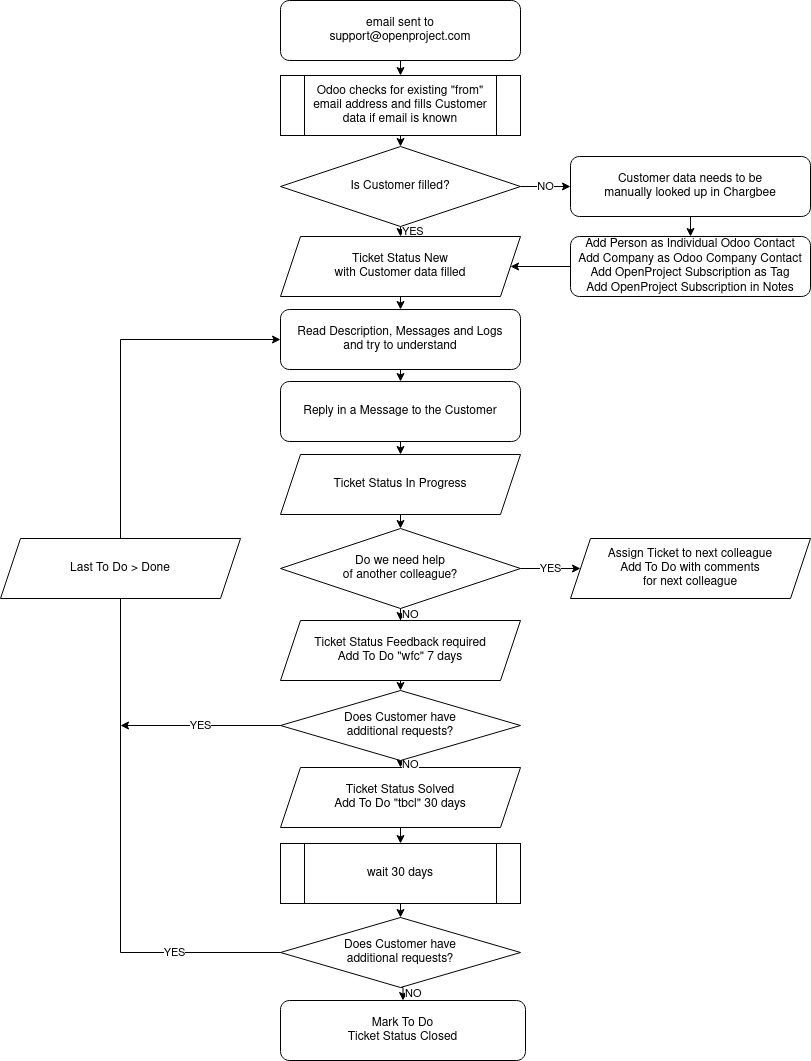
adam-op/op-draw-io-storage keeps this draw.io diagram as ticket-creation-by-email.drawio.png. Above is the earlier version. Source tidied: cells renumbered, new cells last; positions are measured from the earlier drawing's top-left corner, leaving out a move shared by most shapes.
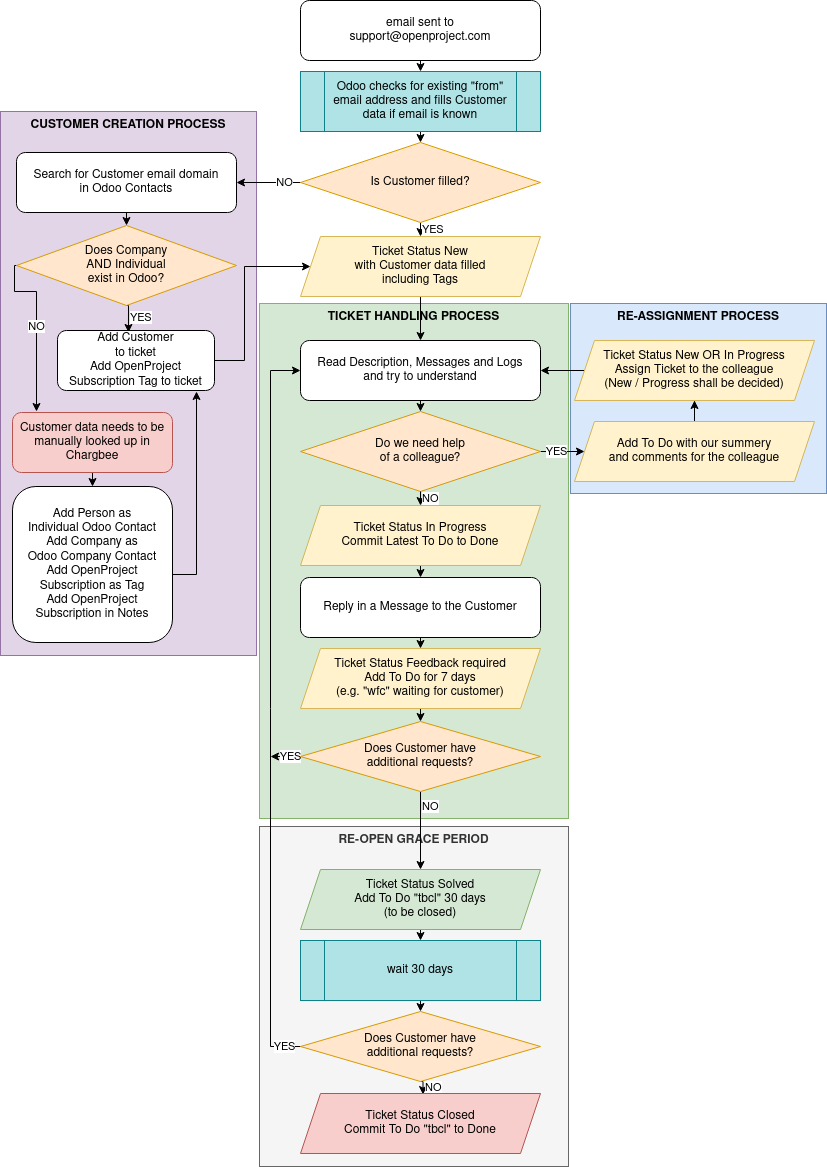
After the commit.

Change to the diagram source:
```diff
@@ -4,2 +4,14 @@
     <mxCell id="1" parent="0" />
+    <mxCell id="39" value="RE-OPEN GRACE PERIOD" style="rounded=0;whiteSpace=wrap;html=1;fillColor=#f5f5f5;strokeColor=#666666;verticalAlign=top;fontStyle=1;align=center;fontColor=#333333;" parent="1" vertex="1">
+      <mxGeometry x="255" y="-280" width="309" height="340" as="geometry" />
+    </mxCell>
+    <mxCell id="40" value="TICKET HANDLING PROCESS" style="rounded=0;whiteSpace=wrap;html=1;fillColor=#d5e8d4;strokeColor=#82b366;verticalAlign=top;fontStyle=1;align=center;" parent="1" vertex="1">
+      <mxGeometry x="255" y="-803" width="309" height="515" as="geometry" />
+    </mxCell>
+    <mxCell id="41" value="RE-ASSIGNMENT PROCESS" style="rounded=0;whiteSpace=wrap;html=1;fillColor=#dae8fc;strokeColor=#6c8ebf;verticalAlign=top;fontStyle=1;align=center;" parent="1" vertex="1">
+      <mxGeometry x="566" y="-803" width="256" height="190" as="geometry" />
+    </mxCell>
+    <mxCell id="42" value="CUSTOMER CREATION PROCESS" style="rounded=0;whiteSpace=wrap;html=1;fillColor=#e1d5e7;strokeColor=#9673a6;verticalAlign=top;fontStyle=1;align=center;" parent="1" vertex="1">
+      <mxGeometry x="-4" y="-995" width="256" height="544" as="geometry" />
+    </mxCell>
     <mxCell id="2" style="edgeStyle=orthogonalEdgeStyle;rounded=0;jettySize=auto;html=1;exitX=0.5;exitY=1;exitDx=0;exitDy=0;entryX=0.5;entryY=0;entryDx=0;entryDy=0;" parent="1" edge="1" source="3" target="13">
@@ -8,7 +20,4 @@
     <mxCell id="3" value="&lt;div&gt;email sent to&lt;/div&gt;&lt;div&gt;support@openproject.com&lt;br&gt;&lt;/div&gt;" style="rounded=1;whiteSpace=wrap;html=1;" parent="1" vertex="1">
-      <mxGeometry x="280" width="240" height="60" as="geometry" />
+      <mxGeometry x="296" y="-1106" width="240" height="60" as="geometry" />
     </mxCell>
-    <mxCell id="4" value="Mark To Do&lt;br&gt;&lt;div&gt;Ticket Status Closed&lt;/div&gt;" style="rounded=1;whiteSpace=wrap;html=1;" parent="1" vertex="1">
-      <mxGeometry x="280" y="1000" width="245" height="60" as="geometry" />
-    </mxCell>
     <mxCell id="5" style="edgeStyle=orthogonalEdgeStyle;rounded=0;jettySize=auto;html=1;exitX=0.5;exitY=1;exitDx=0;exitDy=0;entryX=0.5;entryY=0;entryDx=0;entryDy=0;" parent="1" edge="1" source="6" target="8">
@@ -16,4 +25,4 @@
     </mxCell>
-    <mxCell id="6" value="&lt;div&gt;Ticket Status Solved&lt;/div&gt;&lt;div&gt;Add To Do &quot;tbcl&quot; 30 days&lt;br&gt;&lt;/div&gt;" style="shape=parallelogram;perimeter=parallelogramPerimeter;whiteSpace=wrap;html=1;fixedSize=1;" parent="1" vertex="1">
-      <mxGeometry x="280" y="767" width="240" height="60" as="geometry" />
+    <mxCell id="6" value="&lt;div&gt;Ticket Status Solved&lt;/div&gt;&lt;div&gt;Add To Do &quot;tbcl&quot; 30 days&lt;/div&gt;&lt;div&gt;(to be closed)&lt;br&gt;&lt;/div&gt;" style="shape=parallelogram;perimeter=parallelogramPerimeter;whiteSpace=wrap;html=1;fixedSize=1;fillColor=#d5e8d4;strokeColor=#82b366;" parent="1" vertex="1">
+      <mxGeometry x="296" y="-237" width="240" height="60" as="geometry" />
     </mxCell>
@@ -22,13 +31,16 @@
     </mxCell>
-    <mxCell id="8" value="wait 30 days" style="shape=process;whiteSpace=wrap;html=1;backgroundOutline=1;" parent="1" vertex="1">
-      <mxGeometry x="280" y="843" width="240" height="60" as="geometry" />
+    <mxCell id="8" value="wait 30 days" style="shape=process;whiteSpace=wrap;html=1;backgroundOutline=1;fillColor=#b0e3e6;strokeColor=#0e8088;" parent="1" vertex="1">
+      <mxGeometry x="296" y="-166" width="240" height="60" as="geometry" />
     </mxCell>
-    <mxCell id="9" value="&lt;div align=&quot;left&quot;&gt;NO&lt;/div&gt;" style="edgeStyle=orthogonalEdgeStyle;rounded=0;jettySize=auto;html=1;exitX=0.5;exitY=1;exitDx=0;exitDy=0;entryX=0.5;entryY=0;entryDx=0;entryDy=0;align=left;" parent="1" edge="1" source="11" target="4">
-      <mxGeometry relative="1" as="geometry" />
+    <mxCell id="9" value="&lt;div align=&quot;left&quot;&gt;NO&lt;/div&gt;" style="edgeStyle=orthogonalEdgeStyle;rounded=0;jettySize=auto;html=1;exitX=0.5;exitY=1;exitDx=0;exitDy=0;entryX=0.5;entryY=0;entryDx=0;entryDy=0;align=left;" parent="1" edge="1" source="11">
+      <mxGeometry relative="1" as="geometry">
+        <mxPoint x="418.5" y="-12" as="targetPoint" />
+      </mxGeometry>
     </mxCell>
     <mxCell id="10" value="&lt;div align=&quot;center&quot;&gt;YES&lt;/div&gt;" style="edgeStyle=orthogonalEdgeStyle;rounded=0;jettySize=auto;html=1;exitX=0;exitY=0.5;exitDx=0;exitDy=0;align=center;entryX=0;entryY=0.5;entryDx=0;entryDy=0;" parent="1" edge="1" source="11" target="24">
-      <mxGeometry x="-0.77" relative="1" as="geometry">
+      <mxGeometry x="-0.96" relative="1" as="geometry">
         <Array as="points">
-          <mxPoint x="120" y="952" />
-          <mxPoint x="120" y="339" />
+          <mxPoint x="296" y="-60" />
+          <mxPoint x="266" y="-60" />
+          <mxPoint x="266" y="-736" />
         </Array>
@@ -36,4 +48,4 @@
     </mxCell>
-    <mxCell id="11" value="&lt;div&gt;Does Customer have&lt;br&gt;&lt;/div&gt;&lt;div&gt;additional requests?&lt;/div&gt;" style="rhombus;whiteSpace=wrap;html=1;" parent="1" vertex="1">
-      <mxGeometry x="280" y="917" width="240" height="70" as="geometry" />
+    <mxCell id="11" value="&lt;div&gt;Does Customer have&lt;br&gt;&lt;/div&gt;&lt;div&gt;additional requests?&lt;/div&gt;" style="rhombus;whiteSpace=wrap;html=1;fillColor=#ffe6cc;strokeColor=#d79b00;" parent="1" vertex="1">
+      <mxGeometry x="296" y="-95" width="240" height="70" as="geometry" />
     </mxCell>
@@ -42,4 +54,4 @@
     </mxCell>
-    <mxCell id="13" value="&lt;div&gt;Odoo checks for existing &quot;from&quot;&lt;/div&gt;&lt;div&gt;email address and fills Customer&lt;/div&gt;data if email is known" style="shape=process;whiteSpace=wrap;html=1;backgroundOutline=1;" parent="1" vertex="1">
-      <mxGeometry x="280" y="75" width="240" height="60" as="geometry" />
+    <mxCell id="13" value="&lt;div&gt;Odoo checks for existing &quot;from&quot;&lt;/div&gt;&lt;div&gt;email address and fills Customer&lt;/div&gt;data if email is known" style="shape=process;whiteSpace=wrap;html=1;backgroundOutline=1;fillColor=#b0e3e6;strokeColor=#0e8088;" parent="1" vertex="1">
+      <mxGeometry x="296" y="-1035" width="240" height="60" as="geometry" />
     </mxCell>
@@ -48,7 +60,7 @@
     </mxCell>
-    <mxCell id="15" value="NO" style="edgeStyle=orthogonalEdgeStyle;rounded=0;jettySize=auto;html=1;exitX=1;exitY=0.5;exitDx=0;exitDy=0;entryX=0;entryY=0.5;entryDx=0;entryDy=0;" parent="1" edge="1" source="16" target="18">
-      <mxGeometry relative="1" as="geometry" />
-    </mxCell>
+    <mxCell id="43" value="NO" style="edgeStyle=orthogonalEdgeStyle;rounded=0;jettySize=auto;html=1;exitX=0;exitY=0.5;exitDx=0;exitDy=0;entryX=1;entryY=0.5;entryDx=0;entryDy=0;" parent="1" edge="1" source="16" target="54">
+      <mxGeometry x="-0.5" relative="1" as="geometry" />
+    </mxCell>
-    <mxCell id="16" value="Is Customer filled?" style="rhombus;whiteSpace=wrap;html=1;" parent="1" vertex="1">
-      <mxGeometry x="280" y="146" width="240" height="80" as="geometry" />
+    <mxCell id="16" value="Is Customer filled?" style="rhombus;whiteSpace=wrap;html=1;fillColor=#ffe6cc;strokeColor=#d79b00;" parent="1" vertex="1">
+      <mxGeometry x="296" y="-964" width="240" height="80" as="geometry" />
     </mxCell>
@@ -57,10 +69,15 @@
     </mxCell>
-    <mxCell id="18" value="&lt;div&gt;Customer data needs to be&lt;/div&gt;&lt;div&gt;manually looked up in Chargbee &lt;/div&gt;" style="rounded=1;whiteSpace=wrap;html=1;" parent="1" vertex="1">
-      <mxGeometry x="570" y="156" width="240" height="60" as="geometry" />
+    <mxCell id="18" value="&lt;div&gt;Customer data needs to be&lt;/div&gt;&lt;div&gt;manually looked up in Chargbee &lt;/div&gt;" style="rounded=1;whiteSpace=wrap;html=1;fillColor=#f8cecc;strokeColor=#b85450;" parent="1" vertex="1">
+      <mxGeometry x="8" y="-694" width="160" height="60" as="geometry" />
     </mxCell>
-    <mxCell id="19" style="edgeStyle=orthogonalEdgeStyle;rounded=0;jettySize=auto;html=1;exitX=0;exitY=0.5;exitDx=0;exitDy=0;entryX=1;entryY=0.5;entryDx=0;entryDy=0;" parent="1" edge="1" source="20" target="22">
-      <mxGeometry relative="1" as="geometry" />
-    </mxCell>
+    <mxCell id="44" style="edgeStyle=orthogonalEdgeStyle;rounded=0;jettySize=auto;html=1;exitX=1;exitY=0.5;exitDx=0;exitDy=0;" parent="1" edge="1" source="20">
+      <mxGeometry relative="1" as="geometry">
+        <mxPoint x="192" y="-715" as="targetPoint" />
+        <Array as="points">
+          <mxPoint x="192" y="-532" />
+        </Array>
+      </mxGeometry>
+    </mxCell>
-    <mxCell id="20" value="&lt;div&gt;Add Person as Individual Odoo Contact&lt;/div&gt;&lt;div&gt;Add Company as Odoo Company Contact&lt;/div&gt;&lt;div&gt;Add OpenProject Subscription as Tag&lt;/div&gt;&lt;div&gt;Add OpenProject Subscription in Notes&lt;br&gt;&lt;/div&gt;" style="rounded=1;whiteSpace=wrap;html=1;" parent="1" vertex="1">
-      <mxGeometry x="570" y="236" width="240" height="60" as="geometry" />
+    <mxCell id="20" value="&lt;div&gt;Add Person as&lt;/div&gt;&lt;div&gt;Individual Odoo Contact&lt;/div&gt;&lt;div&gt;Add Company as&lt;/div&gt;&lt;div&gt;Odoo Company Contact&lt;/div&gt;&lt;div&gt;Add OpenProject&lt;/div&gt;&lt;div&gt;Subscription as Tag&lt;/div&gt;&lt;div&gt;Add OpenProject Subscription in Notes&lt;br&gt;&lt;/div&gt;" style="rounded=1;whiteSpace=wrap;html=1;" parent="1" vertex="1">
+      <mxGeometry x="8" y="-620" width="160" height="156" as="geometry" />
     </mxCell>
@@ -69,14 +86,11 @@
     </mxCell>
-    <mxCell id="22" value="&lt;div&gt;Ticket Status New&lt;br&gt;&lt;/div&gt;&lt;div&gt;with Customer data filled&lt;br&gt;&lt;/div&gt;" style="shape=parallelogram;perimeter=parallelogramPerimeter;whiteSpace=wrap;html=1;fixedSize=1;" parent="1" vertex="1">
-      <mxGeometry x="280" y="236" width="240" height="60" as="geometry" />
+    <mxCell id="22" value="&lt;div&gt;Ticket Status New&lt;br&gt;&lt;/div&gt;&lt;div&gt;with Customer data filled&lt;br&gt;including Tags&lt;br&gt;&lt;/div&gt;" style="shape=parallelogram;perimeter=parallelogramPerimeter;whiteSpace=wrap;html=1;fixedSize=1;fillColor=#fff2cc;strokeColor=#d6b656;" parent="1" vertex="1">
+      <mxGeometry x="296" y="-870" width="240" height="60" as="geometry" />
     </mxCell>
-    <mxCell id="23" style="edgeStyle=orthogonalEdgeStyle;rounded=0;jettySize=auto;html=1;exitX=0.5;exitY=1;exitDx=0;exitDy=0;entryX=0.5;entryY=0;entryDx=0;entryDy=0;" parent="1" edge="1" source="24" target="29">
-      <mxGeometry relative="1" as="geometry" />
-    </mxCell>
+    <mxCell id="45" style="edgeStyle=orthogonalEdgeStyle;rounded=0;jettySize=auto;html=1;exitX=0.5;exitY=1;exitDx=0;exitDy=0;entryX=0.5;entryY=0;entryDx=0;entryDy=0;" parent="1" edge="1" source="24" target="27">
+      <mxGeometry relative="1" as="geometry" />
+    </mxCell>
     <mxCell id="24" value="&lt;div&gt;Read Description, Messages and Logs&lt;br&gt;&lt;/div&gt;&lt;div&gt;and try to understand&lt;/div&gt;" style="rounded=1;whiteSpace=wrap;html=1;" parent="1" vertex="1">
-      <mxGeometry x="280" y="309" width="240" height="60" as="geometry" />
+      <mxGeometry x="296" y="-766" width="240" height="60" as="geometry" />
     </mxCell>
-    <mxCell id="25" value="NO" style="edgeStyle=orthogonalEdgeStyle;rounded=0;jettySize=auto;html=1;exitX=0.5;exitY=1;exitDx=0;exitDy=0;align=left;" parent="1" edge="1" source="27" target="31">
-      <mxGeometry relative="1" as="geometry" />
-    </mxCell>
     <mxCell id="26" value="YES" style="edgeStyle=orthogonalEdgeStyle;rounded=0;jettySize=auto;html=1;entryX=0;entryY=0.5;entryDx=0;entryDy=0;" parent="1" edge="1" source="27" target="34">
@@ -84,10 +98,10 @@
     </mxCell>
-    <mxCell id="27" value="&lt;div&gt;Do we need help&lt;/div&gt;&lt;div&gt;of another colleague?&lt;/div&gt;" style="rhombus;whiteSpace=wrap;html=1;" parent="1" vertex="1">
-      <mxGeometry x="280" y="528" width="240" height="80" as="geometry" />
+    <mxCell id="27" value="&lt;div&gt;Do we need help&lt;/div&gt;&lt;div&gt;of a colleague?&lt;/div&gt;" style="rhombus;whiteSpace=wrap;html=1;fillColor=#ffe6cc;strokeColor=#d79b00;" parent="1" vertex="1">
+      <mxGeometry x="296" y="-695" width="240" height="80" as="geometry" />
     </mxCell>
-    <mxCell id="28" style="edgeStyle=orthogonalEdgeStyle;rounded=0;jettySize=auto;html=1;exitX=0.5;exitY=1;exitDx=0;exitDy=0;entryX=0.5;entryY=0;entryDx=0;entryDy=0;" parent="1" edge="1" source="29" target="33">
-      <mxGeometry relative="1" as="geometry" />
-    </mxCell>
+    <mxCell id="46" style="edgeStyle=orthogonalEdgeStyle;rounded=0;jettySize=auto;html=1;exitX=0.5;exitY=1;exitDx=0;exitDy=0;entryX=0.5;entryY=0;entryDx=0;entryDy=0;" parent="1" edge="1" source="29" target="31">
+      <mxGeometry relative="1" as="geometry" />
+    </mxCell>
     <mxCell id="29" value="Reply in a Message to the Customer" style="rounded=1;whiteSpace=wrap;html=1;" parent="1" vertex="1">
-      <mxGeometry x="280" y="381" width="240" height="60" as="geometry" />
+      <mxGeometry x="296" y="-529" width="240" height="60" as="geometry" />
     </mxCell>
@@ -96,28 +110,75 @@
     </mxCell>
-    <mxCell id="31" value="&lt;div&gt;Ticket Status Feedback required&lt;/div&gt;Add To Do &quot;wfc&quot; 7 days " style="shape=parallelogram;perimeter=parallelogramPerimeter;whiteSpace=wrap;html=1;fixedSize=1;" parent="1" vertex="1">
-      <mxGeometry x="280" y="620" width="240" height="60" as="geometry" />
+    <mxCell id="31" value="&lt;div&gt;Ticket Status Feedback required&lt;/div&gt;Add To Do for 7 days&lt;br&gt;(e.g. &quot;wfc&quot; waiting for customer)&lt;br&gt; " style="shape=parallelogram;perimeter=parallelogramPerimeter;whiteSpace=wrap;html=1;fixedSize=1;fillColor=#fff2cc;strokeColor=#d6b656;" parent="1" vertex="1">
+      <mxGeometry x="296" y="-458" width="240" height="60" as="geometry" />
     </mxCell>
-    <mxCell id="32" style="edgeStyle=orthogonalEdgeStyle;rounded=0;jettySize=auto;html=1;exitX=0.5;exitY=1;exitDx=0;exitDy=0;entryX=0.5;entryY=0;entryDx=0;entryDy=0;" parent="1" edge="1" source="33" target="27">
-      <mxGeometry relative="1" as="geometry" />
-    </mxCell>
-    <mxCell id="33" value="&lt;div&gt;Ticket Status In Progress&lt;br&gt;&lt;/div&gt;" style="shape=parallelogram;perimeter=parallelogramPerimeter;whiteSpace=wrap;html=1;fixedSize=1;" parent="1" vertex="1">
-      <mxGeometry x="280" y="454" width="240" height="60" as="geometry" />
-    </mxCell>
+    <mxCell id="47" style="edgeStyle=orthogonalEdgeStyle;rounded=0;jettySize=auto;html=1;exitX=0.5;exitY=0;exitDx=0;exitDy=0;" parent="1" edge="1" source="34" target="49">
+      <mxGeometry relative="1" as="geometry" />
+    </mxCell>
-    <mxCell id="34" value="&lt;div&gt;Assign Ticket to next colleague&lt;br&gt;&lt;/div&gt;&lt;div&gt;Add To Do with comments&lt;/div&gt;&lt;div&gt;for next colleague&lt;/div&gt;" style="shape=parallelogram;perimeter=parallelogramPerimeter;whiteSpace=wrap;html=1;fixedSize=1;" parent="1" vertex="1">
-      <mxGeometry x="570" y="538" width="240" height="60" as="geometry" />
+    <mxCell id="34" value="&lt;div&gt;Add To Do with our summery&lt;br&gt;&lt;/div&gt;&lt;div&gt;and comments for the colleague&lt;/div&gt;" style="shape=parallelogram;perimeter=parallelogramPerimeter;whiteSpace=wrap;html=1;fixedSize=1;fillColor=#fff2cc;strokeColor=#d6b656;" parent="1" vertex="1">
+      <mxGeometry x="570" y="-685" width="240" height="60" as="geometry" />
     </mxCell>
     <mxCell id="35" value="&lt;div align=&quot;left&quot;&gt;NO&lt;/div&gt;" style="edgeStyle=orthogonalEdgeStyle;rounded=0;jettySize=auto;html=1;exitX=0.5;exitY=1;exitDx=0;exitDy=0;entryX=0.5;entryY=0;entryDx=0;entryDy=0;align=left;" parent="1" edge="1" source="37" target="6">
-      <mxGeometry relative="1" as="geometry" />
+      <mxGeometry x="-0.62" relative="1" as="geometry" />
     </mxCell>
     <mxCell id="36" value="YES" style="edgeStyle=orthogonalEdgeStyle;rounded=0;jettySize=auto;html=1;exitX=0;exitY=0.5;exitDx=0;exitDy=0;" parent="1" edge="1" source="37">
-      <mxGeometry relative="1" as="geometry">
-        <mxPoint x="120" y="725" as="targetPoint" />
+      <mxGeometry x="-0.33" relative="1" as="geometry">
+        <mxPoint x="266" y="-350" as="targetPoint" />
       </mxGeometry>
     </mxCell>
-    <mxCell id="37" value="&lt;div&gt;&lt;div&gt;Does Customer have&lt;br&gt;&lt;/div&gt;&lt;div&gt;additional requests?&lt;/div&gt;&lt;/div&gt;" style="rhombus;whiteSpace=wrap;html=1;" parent="1" vertex="1">
-      <mxGeometry x="280" y="690" width="240" height="70" as="geometry" />
+    <mxCell id="37" value="&lt;div&gt;&lt;div&gt;Does Customer have&lt;br&gt;&lt;/div&gt;&lt;div&gt;additional requests?&lt;/div&gt;&lt;/div&gt;" style="rhombus;whiteSpace=wrap;html=1;fillColor=#ffe6cc;strokeColor=#d79b00;" parent="1" vertex="1">
+      <mxGeometry x="296" y="-385" width="240" height="70" as="geometry" />
     </mxCell>
-    <mxCell id="38" value="Last To Do &amp;gt; Done" style="shape=parallelogram;perimeter=parallelogramPerimeter;whiteSpace=wrap;html=1;fixedSize=1;" parent="1" vertex="1">
-      <mxGeometry y="538" width="240" height="60" as="geometry" />
-    </mxCell>
+    <mxCell id="48" style="edgeStyle=orthogonalEdgeStyle;rounded=0;jettySize=auto;html=1;exitX=0;exitY=0.5;exitDx=0;exitDy=0;entryX=1;entryY=0.5;entryDx=0;entryDy=0;" parent="1" edge="1" source="49" target="24">
+      <mxGeometry relative="1" as="geometry" />
+    </mxCell>
+    <mxCell id="49" value="Ticket Status New OR In Progress&lt;br&gt;&lt;div&gt;Assign Ticket to the colleague&lt;br&gt;(New / Progress shall be decided)&lt;br&gt;&lt;/div&gt;" style="shape=parallelogram;perimeter=parallelogramPerimeter;whiteSpace=wrap;html=1;fixedSize=1;fillColor=#fff2cc;strokeColor=#d6b656;" parent="1" vertex="1">
+      <mxGeometry x="570" y="-766" width="240" height="60" as="geometry" />
+    </mxCell>
+    <mxCell id="50" value="&lt;div align=&quot;left&quot;&gt;NO&lt;/div&gt;" style="edgeStyle=orthogonalEdgeStyle;rounded=0;jettySize=auto;html=1;exitX=0.5;exitY=1;exitDx=0;exitDy=0;entryX=0.5;entryY=0;entryDx=0;entryDy=0;align=left;" parent="1" edge="1" target="52">
+      <mxGeometry relative="1" as="geometry">
+        <mxPoint x="416" y="-615" as="sourcePoint" />
+      </mxGeometry>
+    </mxCell>
+    <mxCell id="51" style="edgeStyle=orthogonalEdgeStyle;rounded=0;jettySize=auto;html=1;exitX=0.5;exitY=1;exitDx=0;exitDy=0;entryX=0.5;entryY=0;entryDx=0;entryDy=0;" parent="1" edge="1" source="52" target="29">
+      <mxGeometry relative="1" as="geometry" />
+    </mxCell>
+    <mxCell id="52" value="&lt;div&gt;Ticket Status In Progress&lt;br&gt;Commit Latest To Do to Done&lt;/div&gt;" style="shape=parallelogram;perimeter=parallelogramPerimeter;whiteSpace=wrap;html=1;fixedSize=1;fillColor=#fff2cc;strokeColor=#d6b656;" parent="1" vertex="1">
+      <mxGeometry x="296" y="-601" width="240" height="60" as="geometry" />
+    </mxCell>
+    <mxCell id="53" style="edgeStyle=orthogonalEdgeStyle;rounded=0;jettySize=auto;html=1;exitX=0.5;exitY=1;exitDx=0;exitDy=0;entryX=0.5;entryY=0;entryDx=0;entryDy=0;" parent="1" edge="1" source="54" target="57">
+      <mxGeometry relative="1" as="geometry" />
+    </mxCell>
+    <mxCell id="54" value="&lt;div&gt;Search for Customer email domain&lt;/div&gt;&lt;div&gt;in Odoo Contacts&lt;br&gt;&lt;/div&gt;" style="rounded=1;whiteSpace=wrap;html=1;" parent="1" vertex="1">
+      <mxGeometry x="12" y="-954" width="220" height="60" as="geometry" />
+    </mxCell>
+    <mxCell id="55" value="NO" style="edgeStyle=orthogonalEdgeStyle;rounded=0;jettySize=auto;html=1;exitX=0;exitY=0.5;exitDx=0;exitDy=0;" parent="1" edge="1" source="57">
+      <mxGeometry relative="1" as="geometry">
+        <mxPoint x="32" y="-695" as="targetPoint" />
+        <Array as="points">
+          <mxPoint x="10" y="-841" />
+          <mxPoint x="10" y="-815" />
+          <mxPoint x="32" y="-815" />
+        </Array>
+      </mxGeometry>
+    </mxCell>
+    <mxCell id="56" value="&lt;div align=&quot;left&quot;&gt;YES&lt;/div&gt;" style="edgeStyle=orthogonalEdgeStyle;rounded=0;jettySize=auto;html=1;exitX=0.5;exitY=1;exitDx=0;exitDy=0;entryX=0.452;entryY=0.033;entryDx=0;entryDy=0;entryPerimeter=0;align=left;" parent="1" edge="1" source="57" target="59">
+      <mxGeometry relative="1" as="geometry" />
+    </mxCell>
+    <mxCell id="57" value="&lt;div&gt;Does Company&lt;/div&gt;&lt;div&gt;AND Individual&lt;/div&gt;&lt;div&gt;exist in Odoo?&lt;/div&gt;" style="rhombus;whiteSpace=wrap;html=1;fillColor=#ffe6cc;strokeColor=#d79b00;" parent="1" vertex="1">
+      <mxGeometry x="12" y="-881" width="220" height="80" as="geometry" />
+    </mxCell>
+    <mxCell id="58" style="edgeStyle=orthogonalEdgeStyle;rounded=0;jettySize=auto;html=1;exitX=1;exitY=0.5;exitDx=0;exitDy=0;entryX=0;entryY=0.5;entryDx=0;entryDy=0;" parent="1" edge="1" source="59" target="22">
+      <mxGeometry relative="1" as="geometry">
+        <Array as="points">
+          <mxPoint x="240" y="-746" />
+          <mxPoint x="240" y="-840" />
+        </Array>
+      </mxGeometry>
+    </mxCell>
+    <mxCell id="59" value="&lt;div&gt;Add Customer&lt;/div&gt;&lt;div&gt;to ticket&lt;/div&gt;&lt;div&gt;Add OpenProject Subscription Tag to ticket&lt;br&gt;&lt;/div&gt;" style="rounded=1;whiteSpace=wrap;html=1;" parent="1" vertex="1">
+      <mxGeometry x="53" y="-776" width="157" height="60" as="geometry" />
+    </mxCell>
+    <mxCell id="60" value="&lt;div&gt;Ticket Status Closed&lt;/div&gt;&lt;div&gt;Commit To Do &quot;tbcl&quot; to Done&lt;/div&gt;" style="shape=parallelogram;perimeter=parallelogramPerimeter;whiteSpace=wrap;html=1;fixedSize=1;fillColor=#f8cecc;strokeColor=#b85450;" parent="1" vertex="1">
+      <mxGeometry x="296" y="-13" width="240" height="60" as="geometry" />
+    </mxCell>
   </root>
```
